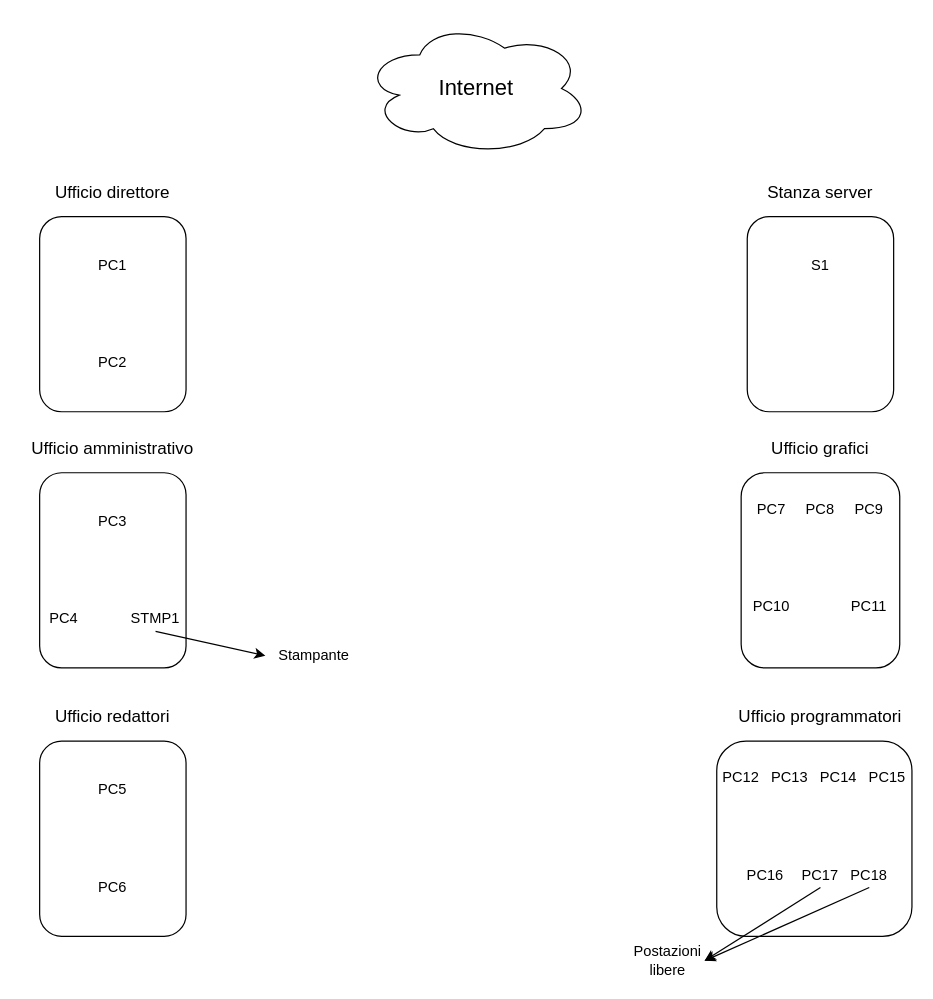
Above: Sistemi/Appunti/case_study.drawio in MilaniFrancesco7/Scuola (draw.io), before the change. Source tidied: cells renumbered, new cells numbered last; positions are measured from the earlier drawing's top-left corner, leaving out a move shared by most shapes. Both pictures are drawn from the tidied source at 122%, with x=0, y=0 at pixel (21, 21).
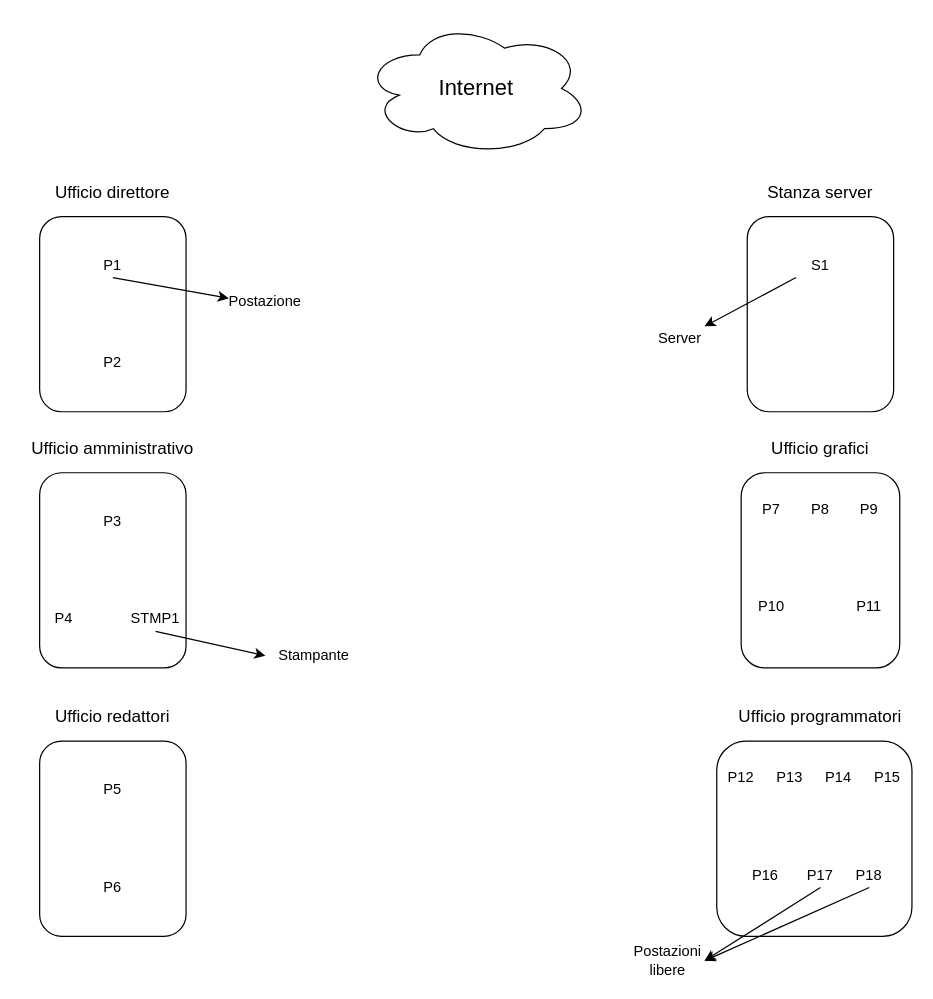
After the change.

Unchanged cells that the change refers to:
```xml
<mxCell id="16" value="S1" style="text;html=1;strokeColor=none;fillColor=none;align=center;verticalAlign=middle;whiteSpace=wrap;rounded=0;" parent="1" vertex="1">
  <mxGeometry x="635" y="190" width="40" height="20" as="geometry" />
</mxCell>
```

Diff of the diagram source:
```diff
@@
-    <mxCell id="4" value="PC1" style="text;html=1;strokeColor=none;fillColor=none;align=center;verticalAlign=middle;whiteSpace=wrap;rounded=0;" parent="1" vertex="1">
+    <mxCell id="4" value="P1" style="text;html=1;strokeColor=none;fillColor=none;align=center;verticalAlign=middle;whiteSpace=wrap;rounded=0;" parent="1" vertex="1">
       <mxGeometry x="55" y="190" width="40" height="20" as="geometry" />
     </mxCell>
-    <mxCell id="5" value="PC2" style="text;html=1;strokeColor=none;fillColor=none;align=center;verticalAlign=middle;whiteSpace=wrap;rounded=0;" parent="1" vertex="1">
+    <mxCell id="5" value="P2" style="text;html=1;strokeColor=none;fillColor=none;align=center;verticalAlign=middle;whiteSpace=wrap;rounded=0;" parent="1" vertex="1">
       <mxGeometry x="55" y="270" width="40" height="20" as="geometry" />
     </mxCell>
@@
-    <mxCell id="8" value="PC5" style="text;html=1;strokeColor=none;fillColor=none;align=center;verticalAlign=middle;whiteSpace=wrap;rounded=0;" parent="1" vertex="1">
+    <mxCell id="8" value="P5" style="text;html=1;strokeColor=none;fillColor=none;align=center;verticalAlign=middle;whiteSpace=wrap;rounded=0;" parent="1" vertex="1">
       <mxGeometry x="55" y="620" width="40" height="20" as="geometry" />
     </mxCell>
-    <mxCell id="9" value="PC6" style="text;html=1;strokeColor=none;fillColor=none;align=center;verticalAlign=middle;whiteSpace=wrap;rounded=0;" parent="1" vertex="1">
+    <mxCell id="9" value="P6" style="text;html=1;strokeColor=none;fillColor=none;align=center;verticalAlign=middle;whiteSpace=wrap;rounded=0;" parent="1" vertex="1">
       <mxGeometry x="55" y="700" width="40" height="20" as="geometry" />
     </mxCell>
@@
-    <mxCell id="12" value="PC3" style="text;html=1;strokeColor=none;fillColor=none;align=center;verticalAlign=middle;whiteSpace=wrap;rounded=0;" parent="1" vertex="1">
+    <mxCell id="12" value="P3" style="text;html=1;strokeColor=none;fillColor=none;align=center;verticalAlign=middle;whiteSpace=wrap;rounded=0;" parent="1" vertex="1">
       <mxGeometry x="55" y="400" width="40" height="20" as="geometry" />
     </mxCell>
-    <mxCell id="13" value="PC4" style="text;html=1;strokeColor=none;fillColor=none;align=center;verticalAlign=middle;whiteSpace=wrap;rounded=0;" parent="1" vertex="1">
+    <mxCell id="13" value="P4" style="text;html=1;strokeColor=none;fillColor=none;align=center;verticalAlign=middle;whiteSpace=wrap;rounded=0;" parent="1" vertex="1">
       <mxGeometry x="15" y="480" width="40" height="20" as="geometry" />
     </mxCell>
@@
-    <mxCell id="19" value="PC12" style="text;html=1;strokeColor=none;fillColor=none;align=center;verticalAlign=middle;whiteSpace=wrap;rounded=0;" parent="1" vertex="1">
+    <mxCell id="19" value="P12" style="text;html=1;strokeColor=none;fillColor=none;align=center;verticalAlign=middle;whiteSpace=wrap;rounded=0;" parent="1" vertex="1">
       <mxGeometry x="570" y="610" width="40" height="20" as="geometry" />
     </mxCell>
-    <mxCell id="20" value="PC13" style="text;html=1;strokeColor=none;fillColor=none;align=center;verticalAlign=middle;whiteSpace=wrap;rounded=0;" parent="1" vertex="1">
+    <mxCell id="20" value="P13" style="text;html=1;strokeColor=none;fillColor=none;align=center;verticalAlign=middle;whiteSpace=wrap;rounded=0;" parent="1" vertex="1">
       <mxGeometry x="610" y="610" width="40" height="20" as="geometry" />
     </mxCell>
-    <mxCell id="21" value="PC14" style="text;html=1;strokeColor=none;fillColor=none;align=center;verticalAlign=middle;whiteSpace=wrap;rounded=0;" parent="1" vertex="1">
+    <mxCell id="21" value="P14" style="text;html=1;strokeColor=none;fillColor=none;align=center;verticalAlign=middle;whiteSpace=wrap;rounded=0;" parent="1" vertex="1">
       <mxGeometry x="650" y="610" width="40" height="20" as="geometry" />
     </mxCell>
-    <mxCell id="22" value="PC15" style="text;html=1;strokeColor=none;fillColor=none;align=center;verticalAlign=middle;whiteSpace=wrap;rounded=0;" parent="1" vertex="1">
+    <mxCell id="22" value="P15" style="text;html=1;strokeColor=none;fillColor=none;align=center;verticalAlign=middle;whiteSpace=wrap;rounded=0;" parent="1" vertex="1">
       <mxGeometry x="690" y="610" width="40" height="20" as="geometry" />
     </mxCell>
-    <mxCell id="23" value="PC16" style="text;html=1;strokeColor=none;fillColor=none;align=center;verticalAlign=middle;whiteSpace=wrap;rounded=0;" parent="1" vertex="1">
+    <mxCell id="23" value="P16" style="text;html=1;strokeColor=none;fillColor=none;align=center;verticalAlign=middle;whiteSpace=wrap;rounded=0;" parent="1" vertex="1">
       <mxGeometry x="590" y="690" width="40" height="20" as="geometry" />
     </mxCell>
-    <mxCell id="24" value="PC17" style="text;html=1;strokeColor=none;fillColor=none;align=center;verticalAlign=middle;whiteSpace=wrap;rounded=0;" parent="1" vertex="1">
+    <mxCell id="24" value="P17" style="text;html=1;strokeColor=none;fillColor=none;align=center;verticalAlign=middle;whiteSpace=wrap;rounded=0;" parent="1" vertex="1">
       <mxGeometry x="635" y="690" width="40" height="20" as="geometry" />
     </mxCell>
-    <mxCell id="25" value="PC18" style="text;html=1;strokeColor=none;fillColor=none;align=center;verticalAlign=middle;whiteSpace=wrap;rounded=0;" parent="1" vertex="1">
+    <mxCell id="25" value="P18" style="text;html=1;strokeColor=none;fillColor=none;align=center;verticalAlign=middle;whiteSpace=wrap;rounded=0;" parent="1" vertex="1">
       <mxGeometry x="675" y="690" width="40" height="20" as="geometry" />
     </mxCell>
@@
-    <mxCell id="29" value="PC7" style="text;html=1;strokeColor=none;fillColor=none;align=center;verticalAlign=middle;whiteSpace=wrap;rounded=0;" parent="1" vertex="1">
+    <mxCell id="29" value="P7" style="text;html=1;strokeColor=none;fillColor=none;align=center;verticalAlign=middle;whiteSpace=wrap;rounded=0;" parent="1" vertex="1">
       <mxGeometry x="595" y="390" width="40" height="20" as="geometry" />
     </mxCell>
-    <mxCell id="30" value="PC8" style="text;html=1;strokeColor=none;fillColor=none;align=center;verticalAlign=middle;whiteSpace=wrap;rounded=0;" parent="1" vertex="1">
+    <mxCell id="30" value="P8" style="text;html=1;strokeColor=none;fillColor=none;align=center;verticalAlign=middle;whiteSpace=wrap;rounded=0;" parent="1" vertex="1">
       <mxGeometry x="635" y="390" width="40" height="20" as="geometry" />
     </mxCell>
-    <mxCell id="31" value="PC9" style="text;html=1;strokeColor=none;fillColor=none;align=center;verticalAlign=middle;whiteSpace=wrap;rounded=0;" parent="1" vertex="1">
+    <mxCell id="31" value="P9" style="text;html=1;strokeColor=none;fillColor=none;align=center;verticalAlign=middle;whiteSpace=wrap;rounded=0;" parent="1" vertex="1">
       <mxGeometry x="675" y="390" width="40" height="20" as="geometry" />
     </mxCell>
-    <mxCell id="32" value="PC11" style="text;html=1;strokeColor=none;fillColor=none;align=center;verticalAlign=middle;whiteSpace=wrap;rounded=0;" parent="1" vertex="1">
+    <mxCell id="32" value="P11" style="text;html=1;strokeColor=none;fillColor=none;align=center;verticalAlign=middle;whiteSpace=wrap;rounded=0;" parent="1" vertex="1">
       <mxGeometry x="675" y="470" width="40" height="20" as="geometry" />
     </mxCell>
-    <mxCell id="33" value="PC10" style="text;html=1;strokeColor=none;fillColor=none;align=center;verticalAlign=middle;whiteSpace=wrap;rounded=0;" parent="1" vertex="1">
+    <mxCell id="33" value="P10" style="text;html=1;strokeColor=none;fillColor=none;align=center;verticalAlign=middle;whiteSpace=wrap;rounded=0;" parent="1" vertex="1">
       <mxGeometry x="595" y="470" width="40" height="20" as="geometry" />
     </mxCell>
@@
+    <mxCell id="42" style="edgeStyle=orthogonalEdgeStyle;rounded=0;orthogonalLoop=1;jettySize=auto;html=1;exitX=0.5;exitY=1;exitDx=0;exitDy=0;" parent="1" edge="1" source="4" target="4">
+      <mxGeometry relative="1" as="geometry" />
+    </mxCell>
+    <mxCell id="43" style="endArrow=classic;html=1;exitX=0.5;exitY=1;exitDx=0;exitDy=0;" parent="1" edge="1" source="4">
+      <mxGeometry relative="1" as="geometry">
+        <mxPoint x="170" y="227" as="targetPoint" />
+      </mxGeometry>
+    </mxCell>
+    <mxCell id="44" value="Postazione" style="text;html=1;strokeColor=none;fillColor=none;align=center;verticalAlign=middle;whiteSpace=wrap;rounded=0;" parent="1" vertex="1">
+      <mxGeometry x="180" y="220" width="40" height="20" as="geometry" />
+    </mxCell>
+    <mxCell id="45" style="endArrow=classic;html=1;exitX=0;exitY=1;exitDx=0;exitDy=0;entryX=1;entryY=0;entryDx=0;entryDy=0;" parent="1" edge="1" source="16" target="46">
+      <mxGeometry relative="1" as="geometry" />
+    </mxCell>
+    <mxCell id="46" value="Server" style="text;html=1;strokeColor=none;fillColor=none;align=center;verticalAlign=middle;whiteSpace=wrap;rounded=0;" parent="1" vertex="1">
+      <mxGeometry x="520" y="250" width="40" height="20" as="geometry" />
+    </mxCell>
```
